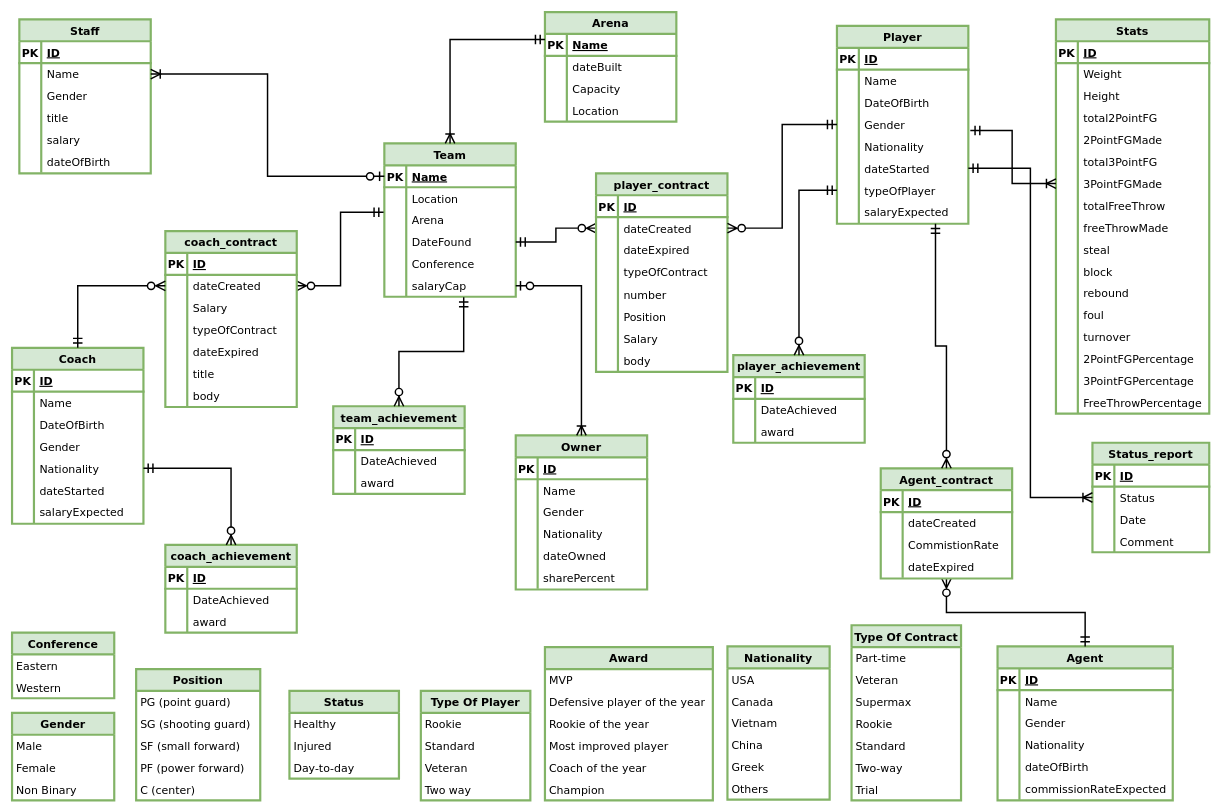
Above: Basketball Team Management.drawio in nvat96/basketballTeamManagement (draw.io), before the change. Source tidied: cells renumbered, new cells numbered last; positions are measured from the earlier drawing's top-left corner, leaving out a move shared by most shapes. Both pictures are drawn from the tidied source at 73%, with x=0, y=0 at pixel (12, 12).
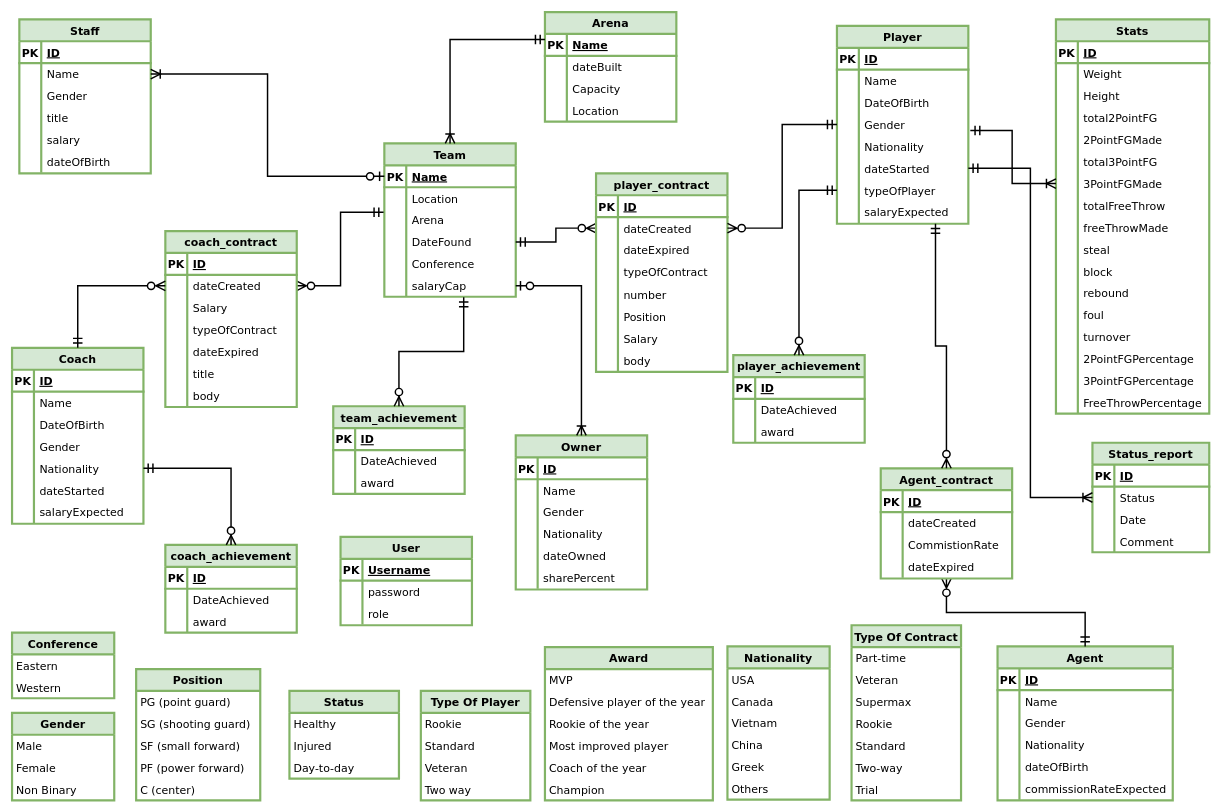
Above is the later version.

What changed in the source:
```diff
@@
+    <mxCell id="351" value="User" style="shape=table;startSize=30;childLayout=tableLayout;rowLines=0;fontStyle=1;align=center;rounded=0;shadow=0;sketch=0;fontFamily=Verdana;fontSize=15;fontColor=default;strokeColor=#82b366;strokeWidth=3;fillColor=#d5e8d4;" parent="1" vertex="1">
+      <mxGeometry x="450" y="719" width="180" height="121" as="geometry" />
+    </mxCell>
+    <mxCell id="352" style="shape=tableRow;horizontal=0;startSize=0;swimlaneHead=0;swimlaneBody=0;fillColor=none;top=0;left=0;right=0;bottom=1;rounded=0;shadow=0;sketch=0;fontFamily=Verdana;fontSize=15;fontColor=default;strokeColor=#82b366;strokeWidth=3;" parent="351" vertex="1">
+      <mxGeometry y="30" width="180" height="30" as="geometry" />
+    </mxCell>
+    <mxCell id="353" value="PK" style="shape=partialRectangle;fillColor=none;top=0;left=0;bottom=0;right=0;fontStyle=1;overflow=hidden;rounded=0;shadow=0;sketch=0;fontFamily=Verdana;fontSize=15;fontColor=default;startSize=30;strokeColor=#82b366;strokeWidth=3;" parent="352" vertex="1">
+      <mxGeometry width="30" height="30" as="geometry" />
+    </mxCell>
+    <mxCell id="354" value="Username" style="shape=partialRectangle;fillColor=none;top=0;left=0;bottom=0;right=0;align=left;spacingLeft=6;fontStyle=5;overflow=hidden;rounded=0;shadow=0;sketch=0;fontFamily=Verdana;fontSize=15;fontColor=default;startSize=30;strokeColor=#82b366;strokeWidth=3;" parent="352" vertex="1">
+      <mxGeometry x="30" width="150" height="30" as="geometry" />
+    </mxCell>
+    <mxCell id="355" style="shape=tableRow;horizontal=0;startSize=0;swimlaneHead=0;swimlaneBody=0;fillColor=none;top=0;left=0;right=0;bottom=0;rounded=0;shadow=0;sketch=0;fontFamily=Verdana;fontSize=15;fontColor=default;strokeColor=#82b366;strokeWidth=3;" parent="351" vertex="1">
+      <mxGeometry y="60" width="180" height="30" as="geometry" />
+    </mxCell>
+    <mxCell id="356" style="shape=partialRectangle;fillColor=none;top=0;left=0;bottom=0;right=0;overflow=hidden;rounded=0;shadow=0;sketch=0;fontFamily=Verdana;fontSize=15;fontColor=default;startSize=30;strokeColor=#82b366;strokeWidth=3;" parent="355" vertex="1">
+      <mxGeometry width="30" height="30" as="geometry" />
+    </mxCell>
+    <mxCell id="357" value="password" style="shape=partialRectangle;fillColor=none;top=0;left=0;bottom=0;right=0;align=left;spacingLeft=6;overflow=hidden;rounded=0;shadow=0;sketch=0;fontFamily=Verdana;fontSize=15;fontColor=default;startSize=30;strokeColor=#82b366;strokeWidth=3;" parent="355" vertex="1">
+      <mxGeometry x="30" width="150" height="30" as="geometry" />
+    </mxCell>
+    <mxCell id="358" style="shape=tableRow;horizontal=0;startSize=0;swimlaneHead=0;swimlaneBody=0;fillColor=none;top=0;left=0;right=0;bottom=0;rounded=0;shadow=0;sketch=0;fontFamily=Verdana;fontSize=15;fontColor=default;strokeColor=#82b366;strokeWidth=3;" parent="351" vertex="1">
+      <mxGeometry y="90" width="180" height="30" as="geometry" />
+    </mxCell>
+    <mxCell id="359" style="shape=partialRectangle;fillColor=none;top=0;left=0;bottom=0;right=0;overflow=hidden;rounded=0;shadow=0;sketch=0;fontFamily=Verdana;fontSize=15;fontColor=default;startSize=30;strokeColor=#82b366;strokeWidth=3;" parent="358" vertex="1">
+      <mxGeometry width="30" height="30" as="geometry" />
+    </mxCell>
+    <mxCell id="360" value="role" style="shape=partialRectangle;fillColor=none;top=0;left=0;bottom=0;right=0;align=left;spacingLeft=6;overflow=hidden;rounded=0;shadow=0;sketch=0;fontFamily=Verdana;fontSize=15;fontColor=default;startSize=30;strokeColor=#82b366;strokeWidth=3;" parent="358" vertex="1">
+      <mxGeometry x="30" width="150" height="30" as="geometry" />
+    </mxCell>
```
